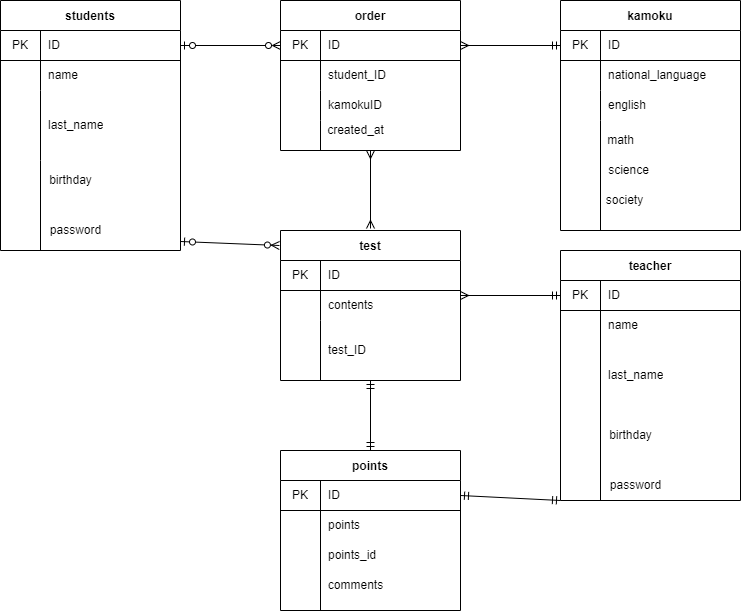
Before: 20221128iwami.drawio.png, a diagram exported from draw.io (Orihama-kajiki/ER). Source tidied: cells renumbered, new cells last; positions are measured from the earlier drawing's top-left corner, leaving out a move shared by most shapes.
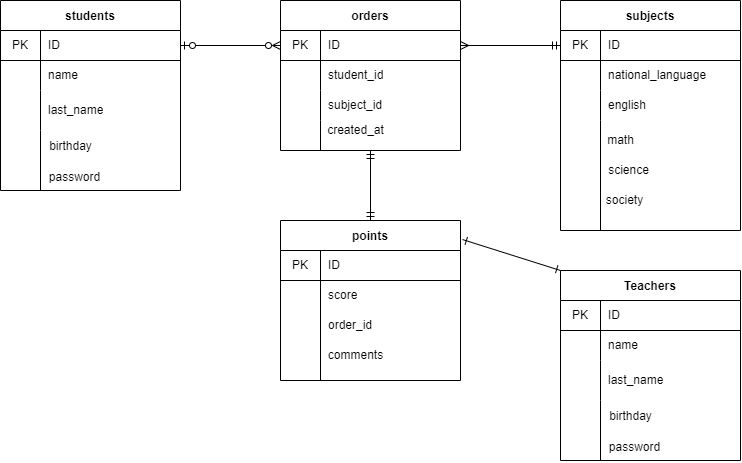
The same diagram one commit later.

Commit message:
添削内容を元に修正しました。

Change to the diagram source:
```diff
@@ -2,13 +2,8 @@
   <root>
     <mxCell id="0" />
     <mxCell id="1" parent="0" />
-    <mxCell id="2" style="edgeStyle=none;html=1;entryX=-0.006;entryY=0.1;entryDx=0;entryDy=0;entryPerimeter=0;startArrow=ERzeroToOne;startFill=0;endArrow=ERzeroToMany;endFill=0;" parent="1" edge="1" target="44">
-      <mxGeometry relative="1" as="geometry">
-        <mxPoint x="180" y="241" as="sourcePoint" />
-      </mxGeometry>
-    </mxCell>
     <mxCell id="3" value="students" style="shape=table;startSize=30;rowLines=0;fontStyle=1;align=center;" parent="1" vertex="1">
-      <mxGeometry width="180" height="250" as="geometry" />
+      <mxGeometry width="180" height="190" as="geometry" />
     </mxCell>
     <mxCell id="4" style="shape=partialRectangle;html=1;whiteSpace=wrap;fillColor=none;top=0;left=0;bottom=1;right=0;points=[[0,0.5],[1,0.5]];portConstraint=eastwest;" parent="3" vertex="1">
       <mxGeometry y="30" width="180" height="30" as="geometry" />
@@ -29,26 +24,21 @@
       <mxGeometry x="40" width="140" height="30" as="geometry" />
     </mxCell>
     <mxCell id="10" style="shape=partialRectangle;html=1;whiteSpace=wrap;fillColor=none;top=0;left=0;bottom=0;right=0;" parent="3" vertex="1">
-      <mxGeometry y="90" width="180" height="70" as="geometry" />
+      <mxGeometry y="90" width="180" height="40" as="geometry" />
     </mxCell>
     <mxCell id="11" style="shape=partialRectangle;html=1;whiteSpace=wrap;fillColor=none;top=0;left=0;bottom=0;right=0;overflow=hidden;" parent="10" vertex="1">
-      <mxGeometry width="40" height="70" as="geometry" />
+      <mxGeometry width="40" height="40" as="geometry" />
     </mxCell>
     <mxCell id="12" value="last_name" style="shape=partialRectangle;html=1;whiteSpace=wrap;fillColor=none;top=0;left=0;bottom=0;right=0;align=left;spacingLeft=6;overflow=hidden;" parent="10" vertex="1">
-      <mxGeometry x="40" width="140" height="70" as="geometry" />
+      <mxGeometry x="40" width="140" height="40" as="geometry" />
     </mxCell>
     <mxCell id="13" style="endArrow=none;html=1;" parent="3" edge="1">
       <mxGeometry relative="1" as="geometry">
-        <mxPoint x="40" y="250" as="sourcePoint" />
-        <mxPoint x="40" y="160" as="targetPoint" />
+        <mxPoint x="40" y="190" as="sourcePoint" />
+        <mxPoint x="40" y="130" as="targetPoint" />
       </mxGeometry>
     </mxCell>
-    <mxCell id="14" style="edgeStyle=none;html=1;entryX=0.45;entryY=-0.01;entryDx=0;entryDy=0;entryPerimeter=0;startArrow=ERmany;startFill=0;endArrow=ERmany;endFill=0;" parent="1" edge="1" source="15">
-      <mxGeometry relative="1" as="geometry">
-        <mxPoint x="370" y="228" as="targetPoint" />
-      </mxGeometry>
-    </mxCell>
-    <mxCell id="15" value="order" style="shape=table;startSize=30;rowLines=0;fontStyle=1;align=center;" parent="1" vertex="1">
+    <mxCell id="15" value="orders" style="shape=table;startSize=30;rowLines=0;fontStyle=1;align=center;" parent="1" vertex="1">
       <mxGeometry x="280" width="180" height="150" as="geometry" />
     </mxCell>
     <mxCell id="16" style="shape=partialRectangle;html=1;whiteSpace=wrap;fillColor=none;top=0;left=0;bottom=1;right=0;points=[[0,0.5],[1,0.5]];portConstraint=eastwest;" parent="15" vertex="1">
@@ -66,7 +56,7 @@
     <mxCell id="20" style="shape=partialRectangle;html=1;whiteSpace=wrap;fillColor=none;top=0;left=0;bottom=0;right=0;overflow=hidden;" parent="19" vertex="1">
       <mxGeometry width="40" height="30" as="geometry" />
     </mxCell>
-    <mxCell id="21" value="student_ID" style="shape=partialRectangle;html=1;whiteSpace=wrap;fillColor=none;top=0;left=0;bottom=0;right=0;align=left;spacingLeft=6;overflow=hidden;" parent="19" vertex="1">
+    <mxCell id="21" value="student_id" style="shape=partialRectangle;html=1;whiteSpace=wrap;fillColor=none;top=0;left=0;bottom=0;right=0;align=left;spacingLeft=6;overflow=hidden;" parent="19" vertex="1">
       <mxGeometry x="40" width="140" height="30" as="geometry" />
     </mxCell>
     <mxCell id="22" style="shape=partialRectangle;html=1;whiteSpace=wrap;fillColor=none;top=0;left=0;bottom=0;right=0;" parent="15" vertex="1">
@@ -75,10 +65,10 @@
     <mxCell id="23" style="shape=partialRectangle;html=1;whiteSpace=wrap;fillColor=none;top=0;left=0;bottom=0;right=0;overflow=hidden;" parent="22" vertex="1">
       <mxGeometry width="40" height="30" as="geometry" />
     </mxCell>
-    <mxCell id="24" value="kamokuID" style="shape=partialRectangle;html=1;whiteSpace=wrap;fillColor=none;top=0;left=0;bottom=0;right=0;align=left;spacingLeft=6;overflow=hidden;" parent="22" vertex="1">
+    <mxCell id="24" value="subject_id" style="shape=partialRectangle;html=1;whiteSpace=wrap;fillColor=none;top=0;left=0;bottom=0;right=0;align=left;spacingLeft=6;overflow=hidden;" parent="22" vertex="1">
       <mxGeometry x="40" width="140" height="30" as="geometry" />
     </mxCell>
-    <mxCell id="25" value="kamoku" style="shape=table;startSize=30;rowLines=0;fontStyle=1;align=center;" parent="1" vertex="1">
+    <mxCell id="25" value="subjects" style="shape=table;startSize=30;rowLines=0;fontStyle=1;align=center;" parent="1" vertex="1">
       <mxGeometry x="560" width="180" height="230" as="geometry" />
     </mxCell>
     <mxCell id="26" style="shape=partialRectangle;html=1;whiteSpace=wrap;fillColor=none;top=0;left=0;bottom=1;right=0;points=[[0,0.5],[1,0.5]];portConstraint=eastwest;" parent="25" vertex="1">
@@ -118,7 +108,7 @@
       <mxGeometry x="599" y="190" width="50" height="20" as="geometry" />
     </mxCell>
     <mxCell id="38" value="birthday" style="text;html=1;align=center;verticalAlign=middle;strokeColor=none;fillColor=none;" parent="1" vertex="1">
-      <mxGeometry x="40" y="170" width="60" height="20" as="geometry" />
+      <mxGeometry x="40" y="136" width="60" height="20" as="geometry" />
     </mxCell>
     <mxCell id="39" style="edgeStyle=none;html=1;exitX=0;exitY=0.5;exitDx=0;exitDy=0;entryX=1;entryY=0.5;entryDx=0;entryDy=0;startArrow=ERmandOne;startFill=0;endArrow=ERmany;endFill=0;" parent="1" edge="1" source="26" target="16">
       <mxGeometry relative="1" as="geometry" />
@@ -127,90 +117,18 @@
       <mxGeometry relative="1" as="geometry" />
     </mxCell>
     <mxCell id="41" value="password" style="text;html=1;align=center;verticalAlign=middle;strokeColor=none;fillColor=none;" parent="1" vertex="1">
-      <mxGeometry x="40" y="220" width="70" height="20" as="geometry" />
+      <mxGeometry x="39" y="167" width="70" height="20" as="geometry" />
     </mxCell>
     <mxCell id="42" value="created_at" style="text;html=1;align=center;verticalAlign=middle;strokeColor=none;fillColor=none;" parent="1" vertex="1">
       <mxGeometry x="320" y="120" width="70" height="20" as="geometry" />
     </mxCell>
-    <mxCell id="43" style="edgeStyle=none;html=1;entryX=0.5;entryY=0;entryDx=0;entryDy=0;startArrow=ERmandOne;startFill=0;endArrow=ERmandOne;endFill=0;" parent="1" edge="1" source="44" target="68">
-      <mxGeometry relative="1" as="geometry" />
+    <mxCell id="43" style="edgeStyle=none;html=1;entryX=0.5;entryY=0;entryDx=0;entryDy=0;startArrow=ERmandOne;startFill=0;endArrow=ERmandOne;endFill=0;" parent="1" edge="1" target="68">
+      <mxGeometry relative="1" as="geometry">
+        <mxPoint x="370" y="150" as="sourcePoint" />
+      </mxGeometry>
     </mxCell>
-    <mxCell id="44" value="test" style="shape=table;startSize=30;rowLines=0;fontStyle=1;align=center;" parent="1" vertex="1">
-      <mxGeometry x="280" y="230" width="180" height="150" as="geometry" />
-    </mxCell>
-    <mxCell id="45" style="shape=partialRectangle;html=1;whiteSpace=wrap;fillColor=none;top=0;left=0;bottom=1;right=0;" parent="44" vertex="1">
-      <mxGeometry y="30" width="180" height="30" as="geometry" />
-    </mxCell>
-    <mxCell id="46" value="PK" style="shape=partialRectangle;html=1;whiteSpace=wrap;fillColor=none;top=0;left=0;bottom=0;right=0;overflow=hidden;" parent="45" vertex="1">
-      <mxGeometry width="40" height="30" as="geometry" />
-    </mxCell>
-    <mxCell id="47" value="ID" style="shape=partialRectangle;html=1;whiteSpace=wrap;fillColor=none;top=0;left=0;bottom=0;right=0;align=left;spacingLeft=6;overflow=hidden;" parent="45" vertex="1">
-      <mxGeometry x="40" width="140" height="30" as="geometry" />
-    </mxCell>
-    <mxCell id="48" style="shape=partialRectangle;html=1;whiteSpace=wrap;fillColor=none;top=0;left=0;bottom=0;right=0;" parent="44" vertex="1">
-      <mxGeometry y="60" width="180" height="30" as="geometry" />
-    </mxCell>
-    <mxCell id="49" style="shape=partialRectangle;html=1;whiteSpace=wrap;fillColor=none;top=0;left=0;bottom=0;right=0;overflow=hidden;" parent="48" vertex="1">
-      <mxGeometry width="40" height="30" as="geometry" />
-    </mxCell>
-    <mxCell id="50" value="contents" style="shape=partialRectangle;html=1;whiteSpace=wrap;fillColor=none;top=0;left=0;bottom=0;right=0;align=left;spacingLeft=6;overflow=hidden;" parent="48" vertex="1">
-      <mxGeometry x="40" width="140" height="30" as="geometry" />
-    </mxCell>
-    <mxCell id="51" style="shape=partialRectangle;html=1;whiteSpace=wrap;fillColor=none;top=0;left=0;bottom=0;right=0;" parent="44" vertex="1">
-      <mxGeometry y="90" width="180" height="60" as="geometry" />
-    </mxCell>
-    <mxCell id="52" style="shape=partialRectangle;html=1;whiteSpace=wrap;fillColor=none;top=0;left=0;bottom=0;right=0;overflow=hidden;" parent="51" vertex="1">
-      <mxGeometry width="40" height="60" as="geometry" />
-    </mxCell>
-    <mxCell id="53" value="test_ID" style="shape=partialRectangle;html=1;whiteSpace=wrap;fillColor=none;top=0;left=0;bottom=0;right=0;align=left;spacingLeft=6;overflow=hidden;" parent="51" vertex="1">
-      <mxGeometry x="40" width="140" height="60" as="geometry" />
-    </mxCell>
-    <mxCell id="54" style="edgeStyle=none;html=1;exitX=0;exitY=1;exitDx=0;exitDy=0;entryX=1;entryY=0.5;entryDx=0;entryDy=0;startArrow=ERmandOne;startFill=0;endArrow=ERmandOne;endFill=0;" parent="1" edge="1" source="55" target="69">
-      <mxGeometry relative="1" as="geometry" />
-    </mxCell>
-    <mxCell id="55" value="teacher" style="shape=table;startSize=30;rowLines=0;fontStyle=1;align=center;" parent="1" vertex="1">
-      <mxGeometry x="560" y="250" width="180" height="250" as="geometry" />
-    </mxCell>
-    <mxCell id="56" style="shape=partialRectangle;html=1;whiteSpace=wrap;fillColor=none;top=0;left=0;bottom=1;right=0;points=[[0,0.5],[1,0.5]];portConstraint=eastwest;" parent="55" vertex="1">
-      <mxGeometry y="30" width="180" height="30" as="geometry" />
-    </mxCell>
-    <mxCell id="57" value="PK" style="shape=partialRectangle;html=1;whiteSpace=wrap;fillColor=none;top=0;left=0;bottom=0;right=0;overflow=hidden;" parent="56" vertex="1">
-      <mxGeometry width="40" height="30" as="geometry" />
-    </mxCell>
-    <mxCell id="58" value="ID" style="shape=partialRectangle;html=1;whiteSpace=wrap;fillColor=none;top=0;left=0;bottom=0;right=0;align=left;spacingLeft=6;overflow=hidden;" parent="56" vertex="1">
-      <mxGeometry x="40" width="140" height="30" as="geometry" />
-    </mxCell>
-    <mxCell id="59" style="shape=partialRectangle;html=1;whiteSpace=wrap;fillColor=none;top=0;left=0;bottom=0;right=0;" parent="55" vertex="1">
-      <mxGeometry y="60" width="180" height="30" as="geometry" />
-    </mxCell>
-    <mxCell id="60" style="shape=partialRectangle;html=1;whiteSpace=wrap;fillColor=none;top=0;left=0;bottom=0;right=0;overflow=hidden;" parent="59" vertex="1">
-      <mxGeometry width="40" height="30" as="geometry" />
-    </mxCell>
-    <mxCell id="61" value="name" style="shape=partialRectangle;html=1;whiteSpace=wrap;fillColor=none;top=0;left=0;bottom=0;right=0;align=left;spacingLeft=6;overflow=hidden;" parent="59" vertex="1">
-      <mxGeometry x="40" width="140" height="30" as="geometry" />
-    </mxCell>
-    <mxCell id="62" style="shape=partialRectangle;html=1;whiteSpace=wrap;fillColor=none;top=0;left=0;bottom=0;right=0;" parent="55" vertex="1">
-      <mxGeometry y="90" width="180" height="70" as="geometry" />
-    </mxCell>
-    <mxCell id="63" style="shape=partialRectangle;html=1;whiteSpace=wrap;fillColor=none;top=0;left=0;bottom=0;right=0;overflow=hidden;" parent="62" vertex="1">
-      <mxGeometry width="40" height="70" as="geometry" />
-    </mxCell>
-    <mxCell id="64" value="last_name" style="shape=partialRectangle;html=1;whiteSpace=wrap;fillColor=none;top=0;left=0;bottom=0;right=0;align=left;spacingLeft=6;overflow=hidden;" parent="62" vertex="1">
-      <mxGeometry x="40" width="140" height="70" as="geometry" />
-    </mxCell>
-    <mxCell id="65" value="birthday" style="text;html=1;align=center;verticalAlign=middle;strokeColor=none;fillColor=none;" parent="1" vertex="1">
-      <mxGeometry x="600" y="425" width="60" height="20" as="geometry" />
-    </mxCell>
-    <mxCell id="66" value="password" style="text;html=1;align=center;verticalAlign=middle;strokeColor=none;fillColor=none;" parent="1" vertex="1">
-      <mxGeometry x="600" y="475" width="70" height="20" as="geometry" />
-    </mxCell>
-    <mxCell id="67" style="edgeStyle=none;html=1;exitX=0;exitY=0.5;exitDx=0;exitDy=0;entryX=1;entryY=0.5;entryDx=0;entryDy=0;startArrow=ERmandOne;startFill=0;endArrow=ERmany;endFill=0;" parent="1" edge="1" source="56">
-      <mxGeometry relative="1" as="geometry">
-        <mxPoint x="460" y="295" as="targetPoint" />
-      </mxGeometry>
-    </mxCell>
     <mxCell id="68" value="points" style="shape=table;startSize=30;rowLines=0;fontStyle=1;align=center;" parent="1" vertex="1">
-      <mxGeometry x="280" y="450" width="180" height="160" as="geometry" />
+      <mxGeometry x="280" y="220" width="180" height="160" as="geometry" />
     </mxCell>
     <mxCell id="69" style="shape=partialRectangle;html=1;whiteSpace=wrap;fillColor=none;top=0;left=0;bottom=1;right=0;points=[[0,0.5],[1,0.5]];portConstraint=eastwest;" parent="68" vertex="1">
       <mxGeometry y="30" width="180" height="30" as="geometry" />
@@ -227,7 +145,7 @@
     <mxCell id="73" style="shape=partialRectangle;html=1;whiteSpace=wrap;fillColor=none;top=0;left=0;bottom=0;right=0;overflow=hidden;" parent="72" vertex="1">
       <mxGeometry width="40" height="30" as="geometry" />
     </mxCell>
-    <mxCell id="74" value="&lt;span style=&quot;text-align: center&quot;&gt;points&lt;/span&gt;" style="shape=partialRectangle;html=1;whiteSpace=wrap;fillColor=none;top=0;left=0;bottom=0;right=0;align=left;spacingLeft=6;overflow=hidden;" parent="72" vertex="1">
+    <mxCell id="74" value="&lt;span style=&quot;text-align: center&quot;&gt;score&lt;/span&gt;" style="shape=partialRectangle;html=1;whiteSpace=wrap;fillColor=none;top=0;left=0;bottom=0;right=0;align=left;spacingLeft=6;overflow=hidden;" parent="72" vertex="1">
       <mxGeometry x="40" width="140" height="30" as="geometry" />
     </mxCell>
     <mxCell id="75" style="shape=partialRectangle;html=1;whiteSpace=wrap;fillColor=none;top=0;left=0;bottom=0;right=0;" parent="68" vertex="1">
@@ -236,11 +154,11 @@
     <mxCell id="76" style="shape=partialRectangle;html=1;whiteSpace=wrap;fillColor=none;top=0;left=0;bottom=0;right=0;overflow=hidden;" parent="75" vertex="1">
       <mxGeometry width="40" height="30" as="geometry" />
     </mxCell>
-    <mxCell id="77" value="points_id" style="shape=partialRectangle;html=1;whiteSpace=wrap;fillColor=none;top=0;left=0;bottom=0;right=0;align=left;spacingLeft=6;overflow=hidden;" parent="75" vertex="1">
+    <mxCell id="77" value="order_id" style="shape=partialRectangle;html=1;whiteSpace=wrap;fillColor=none;top=0;left=0;bottom=0;right=0;align=left;spacingLeft=6;overflow=hidden;" parent="75" vertex="1">
       <mxGeometry x="40" width="140" height="30" as="geometry" />
     </mxCell>
     <mxCell id="78" value="&lt;span&gt;comments&lt;/span&gt;" style="text;html=1;align=center;verticalAlign=middle;strokeColor=none;fillColor=none;" parent="1" vertex="1">
-      <mxGeometry x="320" y="575" width="70" height="20" as="geometry" />
+      <mxGeometry x="320" y="345" width="70" height="20" as="geometry" />
     </mxCell>
     <mxCell id="79" style="endArrow=none;html=1;" parent="1" edge="1">
       <mxGeometry relative="1" as="geometry">
@@ -254,17 +172,56 @@
         <mxPoint x="600" y="120" as="targetPoint" />
       </mxGeometry>
     </mxCell>
-    <mxCell id="81" style="endArrow=none;html=1;" parent="1" edge="1">
-      <mxGeometry relative="1" as="geometry">
-        <mxPoint x="600" y="500" as="sourcePoint" />
-        <mxPoint x="600" y="280" as="targetPoint" />
-      </mxGeometry>
-    </mxCell>
     <mxCell id="82" style="endArrow=none;html=1;" parent="1" edge="1">
       <mxGeometry relative="1" as="geometry">
-        <mxPoint x="320" y="610" as="sourcePoint" />
-        <mxPoint x="320" y="520" as="targetPoint" />
+        <mxPoint x="320" y="380" as="sourcePoint" />
+        <mxPoint x="320" y="290" as="targetPoint" />
       </mxGeometry>
     </mxCell>
+    <mxCell id="83" value="Teachers" style="shape=table;startSize=30;rowLines=0;fontStyle=1;align=center;" parent="1" vertex="1">
+      <mxGeometry x="560" y="270" width="180" height="190" as="geometry" />
+    </mxCell>
+    <mxCell id="84" style="shape=partialRectangle;html=1;whiteSpace=wrap;fillColor=none;top=0;left=0;bottom=1;right=0;" parent="83" vertex="1">
+      <mxGeometry y="30" width="180" height="30" as="geometry" />
+    </mxCell>
+    <mxCell id="85" value="PK" style="shape=partialRectangle;html=1;whiteSpace=wrap;fillColor=none;top=0;left=0;bottom=0;right=0;overflow=hidden;" parent="84" vertex="1">
+      <mxGeometry width="40" height="30" as="geometry" />
+    </mxCell>
+    <mxCell id="86" value="ID" style="shape=partialRectangle;html=1;whiteSpace=wrap;fillColor=none;top=0;left=0;bottom=0;right=0;align=left;spacingLeft=6;overflow=hidden;" parent="84" vertex="1">
+      <mxGeometry x="40" width="140" height="30" as="geometry" />
+    </mxCell>
+    <mxCell id="87" style="shape=partialRectangle;html=1;whiteSpace=wrap;fillColor=none;top=0;left=0;bottom=0;right=0;" parent="83" vertex="1">
+      <mxGeometry y="60" width="180" height="30" as="geometry" />
+    </mxCell>
+    <mxCell id="88" style="shape=partialRectangle;html=1;whiteSpace=wrap;fillColor=none;top=0;left=0;bottom=0;right=0;overflow=hidden;" parent="87" vertex="1">
+      <mxGeometry width="40" height="30" as="geometry" />
+    </mxCell>
+    <mxCell id="61" value="name" style="shape=partialRectangle;html=1;whiteSpace=wrap;fillColor=none;top=0;left=0;bottom=0;right=0;align=left;spacingLeft=6;overflow=hidden;" parent="87" vertex="1">
+      <mxGeometry x="40" width="140" height="30" as="geometry" />
+    </mxCell>
+    <mxCell id="89" style="shape=partialRectangle;html=1;whiteSpace=wrap;fillColor=none;top=0;left=0;bottom=0;right=0;" parent="83" vertex="1">
+      <mxGeometry y="90" width="180" height="40" as="geometry" />
+    </mxCell>
+    <mxCell id="90" style="shape=partialRectangle;html=1;whiteSpace=wrap;fillColor=none;top=0;left=0;bottom=0;right=0;overflow=hidden;" parent="89" vertex="1">
+      <mxGeometry width="40" height="40" as="geometry" />
+    </mxCell>
+    <mxCell id="64" value="last_name" style="shape=partialRectangle;html=1;whiteSpace=wrap;fillColor=none;top=0;left=0;bottom=0;right=0;align=left;spacingLeft=6;overflow=hidden;" parent="89" vertex="1">
+      <mxGeometry x="40" width="140" height="40" as="geometry" />
+    </mxCell>
+    <mxCell id="91" style="endArrow=none;html=1;" parent="83" edge="1">
+      <mxGeometry relative="1" as="geometry">
+        <mxPoint x="40" y="190" as="sourcePoint" />
+        <mxPoint x="40" y="130" as="targetPoint" />
+      </mxGeometry>
+    </mxCell>
+    <mxCell id="65" value="birthday" style="text;html=1;align=center;verticalAlign=middle;strokeColor=none;fillColor=none;" parent="1" vertex="1">
+      <mxGeometry x="600" y="406" width="60" height="20" as="geometry" />
+    </mxCell>
+    <mxCell id="66" value="password" style="text;html=1;align=center;verticalAlign=middle;strokeColor=none;fillColor=none;" parent="1" vertex="1">
+      <mxGeometry x="599" y="437" width="70" height="20" as="geometry" />
+    </mxCell>
+    <mxCell id="92" style="edgeStyle=none;html=1;entryX=1.011;entryY=0.119;entryDx=0;entryDy=0;entryPerimeter=0;exitX=0;exitY=0;exitDx=0;exitDy=0;startArrow=ERone;startFill=0;endArrow=ERone;endFill=0;" parent="1" edge="1" source="83" target="68">
+      <mxGeometry relative="1" as="geometry" />
+    </mxCell>
   </root>
 </mxGraphModel>
```
